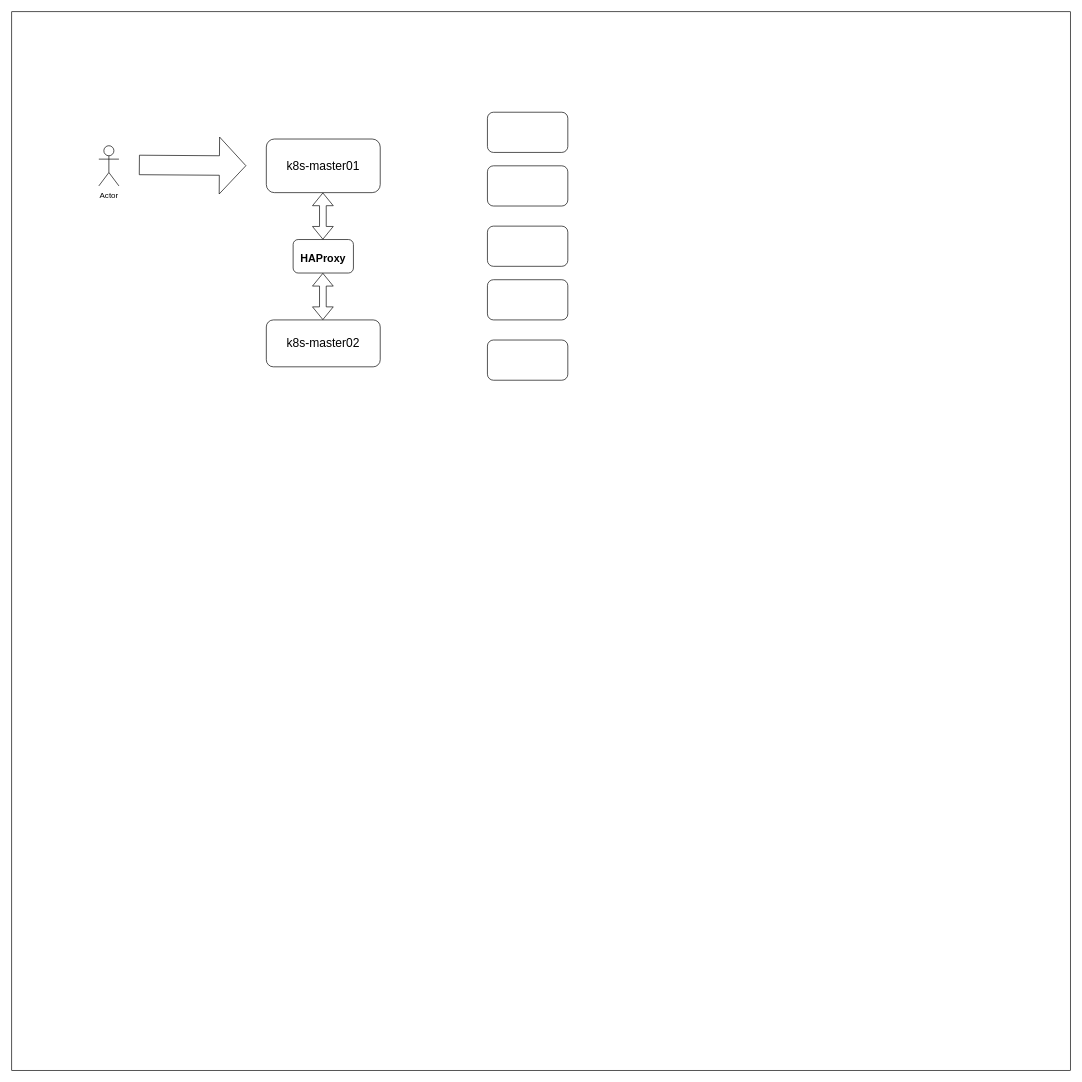
Before: dgdp.drawio in polak008/draw.io, a draw.io diagram. Source tidied: cells renumbered, new cells numbered last; positions are measured from the earlier drawing's top-left corner, leaving out a move shared by most shapes. Both pictures are drawn from the tidied source at 67%, with x=0, y=0 at pixel (11, 11).
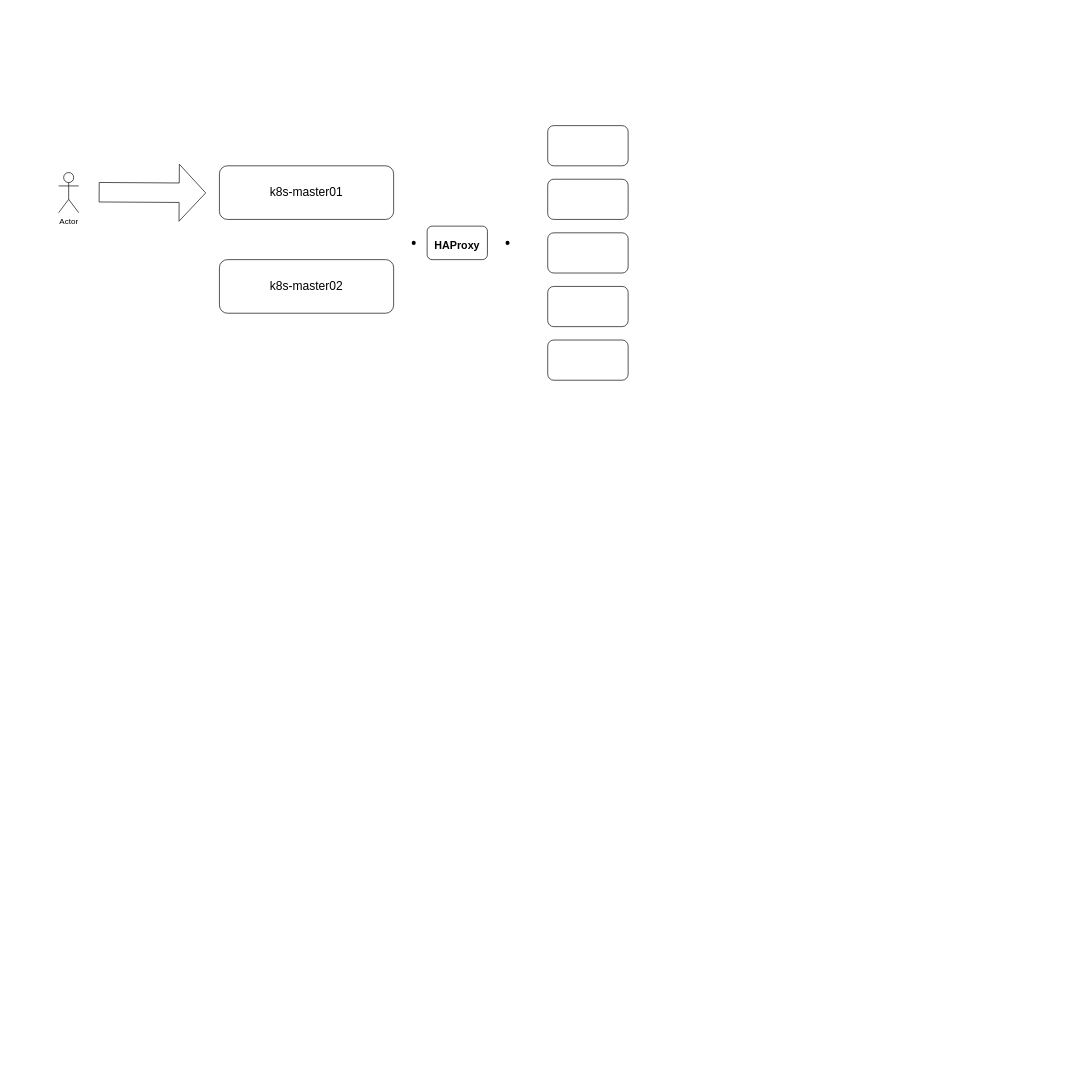
The same page after the edit.

Change to the diagram source:
```diff
@@
 <mxGraphModel>
   <root>
     <mxCell id="0" />
     <mxCell id="1" parent="0" />
-    <mxCell id="2" style="whiteSpace=wrap;html=1;fillColor=none;" parent="1" vertex="1">
-      <mxGeometry width="1580" height="1580" as="geometry" />
-    </mxCell>
     <mxCell id="3" value="&lt;font style=&quot;font-size: 18px;&quot;&gt;k8s-master01&lt;/font&gt;" style="rounded=1;whiteSpace=wrap;html=1;" parent="1" vertex="1">
-      <mxGeometry x="380" y="190" width="170" height="80" as="geometry" />
+      <mxGeometry x="310" y="230" width="260" height="80" as="geometry" />
     </mxCell>
     <mxCell id="4" value="&lt;span style=&quot;font-size: 18px;&quot;&gt;k8s-master02&lt;/span&gt;" style="rounded=1;whiteSpace=wrap;html=1;" parent="1" vertex="1">
-      <mxGeometry x="380" y="460" width="170" height="70" as="geometry" />
+      <mxGeometry x="310" y="370" width="260" height="80" as="geometry" />
     </mxCell>
     <mxCell id="5" style="rounded=1;whiteSpace=wrap;html=1;" parent="1" vertex="1">
-      <mxGeometry x="710" y="150" width="120" height="60" as="geometry" />
+      <mxGeometry x="800" y="170" width="120" height="60" as="geometry" />
     </mxCell>
     <mxCell id="6" style="rounded=1;whiteSpace=wrap;html=1;" parent="1" vertex="1">
-      <mxGeometry x="710" y="230" width="120" height="60" as="geometry" />
+      <mxGeometry x="800" y="250" width="120" height="60" as="geometry" />
     </mxCell>
     <mxCell id="7" style="rounded=1;whiteSpace=wrap;html=1;" parent="1" vertex="1">
-      <mxGeometry x="710" y="320" width="120" height="60" as="geometry" />
+      <mxGeometry x="800" y="330" width="120" height="60" as="geometry" />
     </mxCell>
     <mxCell id="8" style="rounded=1;whiteSpace=wrap;html=1;" parent="1" vertex="1">
-      <mxGeometry x="710" y="400" width="120" height="60" as="geometry" />
+      <mxGeometry x="800" y="410" width="120" height="60" as="geometry" />
     </mxCell>
     <mxCell id="9" style="rounded=1;whiteSpace=wrap;html=1;" parent="1" vertex="1">
-      <mxGeometry x="710" y="490" width="120" height="60" as="geometry" />
+      <mxGeometry x="800" y="490" width="120" height="60" as="geometry" />
     </mxCell>
     <mxCell id="10" value="&lt;table style=&quot;font-family: helvetica, arial;&quot; width=&quot;100%&quot; cellspacing=&quot;0&quot; cellpadding=&quot;0&quot; border=&quot;0&quot; cols=&quot;3&quot;&gt;&lt;tbody&gt;&lt;tr&gt;&lt;td style=&quot;line-height: 16px;&quot;&gt;&lt;h1 style=&quot;font-size: x-large; margin-bottom: 0.5em;&quot;&gt;&lt;a style=&quot;text-decoration-line: none; color: black;&quot; href=&quot;http://www.haproxy.org/&quot;&gt;&lt;font style=&quot;font-size: 16px;&quot;&gt;HAProxy&lt;/font&gt;&lt;/a&gt;&lt;/h1&gt;&lt;/td&gt;&lt;/tr&gt;&lt;/tbody&gt;&lt;/table&gt;" style="rounded=1;whiteSpace=wrap;html=1;" parent="1" vertex="1">
-      <mxGeometry x="420" y="340" width="90" height="50" as="geometry" />
+      <mxGeometry x="620" y="320" width="90" height="50" as="geometry" />
     </mxCell>
     <mxCell id="11" value="Actor" style="shape=umlActor;verticalLabelPosition=bottom;verticalAlign=top;html=1;" parent="1" vertex="1">
-      <mxGeometry x="130" y="200" width="30" height="60" as="geometry" />
+      <mxGeometry x="70" y="240" width="30" height="60" as="geometry" />
     </mxCell>
     <mxCell id="12" style="shape=flexArrow;endArrow=classic;html=1;rounded=0;width=29.09090909090909;endSize=12.849999999999998;endWidth=54.88636363636363;" parent="1" edge="1">
       <mxGeometry relative="1" as="geometry">
-        <mxPoint x="190" y="228.7" as="sourcePoint" />
-        <mxPoint x="350" y="229.8" as="targetPoint" />
+        <mxPoint x="130" y="269.4" as="sourcePoint" />
+        <mxPoint x="290" y="270.4" as="targetPoint" />
       </mxGeometry>
     </mxCell>
-    <mxCell id="13" style="shape=flexArrow;endArrow=classic;startArrow=classic;html=1;rounded=0;" parent="1" edge="1">
-      <mxGeometry relative="1" as="geometry">
-        <mxPoint x="464.4" y="340" as="sourcePoint" />
-        <mxPoint x="464.4" y="270" as="targetPoint" />
-      </mxGeometry>
-    </mxCell>
-    <mxCell id="14" style="shape=flexArrow;endArrow=classic;startArrow=classic;html=1;rounded=0;" parent="1" edge="1">
-      <mxGeometry relative="1" as="geometry">
-        <mxPoint x="464.4" y="460" as="sourcePoint" />
-        <mxPoint x="464.4" y="390" as="targetPoint" />
-      </mxGeometry>
-    </mxCell>
+    <mxCell id="15" style="shape=waypoint;sketch=0;fillStyle=solid;size=6;fillColor=none;perimeter=centerPerimeter;" parent="1" vertex="1">
+      <mxGeometry x="590" y="335" width="20" height="20" as="geometry" />
+    </mxCell>
+    <mxCell id="16" style="shape=waypoint;sketch=0;fillStyle=solid;size=6;fillColor=none;perimeter=centerPerimeter;" parent="1" vertex="1">
+      <mxGeometry x="730" y="335" width="20" height="20" as="geometry" />
+    </mxCell>
   </root>
 </mxGraphModel>
```
